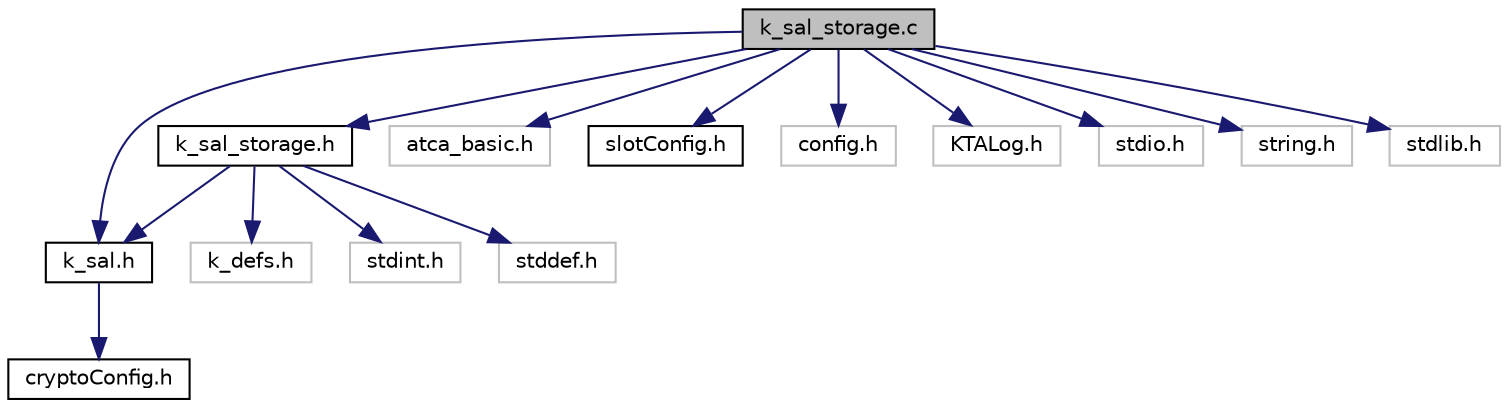
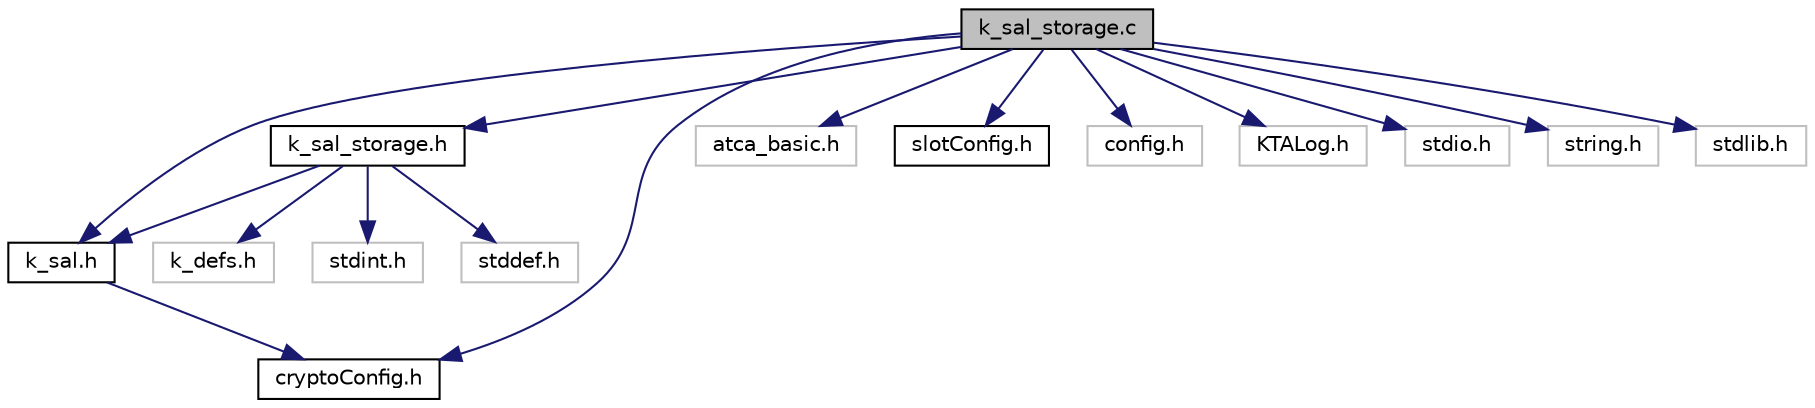
digraph "k_sal_storage.c"
{
 // LATEX_PDF_SIZE
  edge [fontname="Helvetica",fontsize="10",labelfontname="Helvetica",labelfontsize="10"];
  node [fontname="Helvetica",fontsize="10",shape=record];
  Node1 [label="k_sal_storage.c",height=0.2,width=0.4,color="black", fillcolor="grey75", style="filled", fontcolor="black",tooltip="SAL storage for Microchip."];
  Node1 -> Node2 [color="midnightblue",fontsize="10",style="solid",fontname="Helvetica"];
  Node2 [label="k_sal_storage.h",height=0.2,width=0.4,color="black", fillcolor="white", style="filled",URL="$k__sal__storage_8h.html",tooltip="Interface for storage operation."];
  Node2 -> Node3 [color="midnightblue",fontsize="10",style="solid",fontname="Helvetica"];
  Node3 [label="k_defs.h",height=0.2,width=0.4,color="grey75", fillcolor="white", style="filled",tooltip=" "];
  Node2 -> Node4 [color="midnightblue",fontsize="10",style="solid",fontname="Helvetica"];
  Node4 [label="k_sal.h",height=0.2,width=0.4,color="black", fillcolor="white", style="filled",URL="$k__sal_8h.html",tooltip="Common sal constants."];
  Node4 -> Node5 [color="midnightblue",fontsize="10",style="solid",fontname="Helvetica"];
  Node5 [label="cryptoConfig.h",height=0.2,width=0.4,color="black", fillcolor="white", style="filled",URL="$crypto_config_8h.html",tooltip="Crypto config for Microchip."];
  Node2 -> Node6 [color="midnightblue",fontsize="10",style="solid",fontname="Helvetica"];
  Node6 [label="stdint.h",height=0.2,width=0.4,color="grey75", fillcolor="white", style="filled",tooltip=" "];
  Node2 -> Node7 [color="midnightblue",fontsize="10",style="solid",fontname="Helvetica"];
  Node7 [label="stddef.h",height=0.2,width=0.4,color="grey75", fillcolor="white", style="filled",tooltip=" "];
  Node1 -> Node8 [color="midnightblue",fontsize="10",style="solid",fontname="Helvetica"];
  Node8 [label="atca_basic.h",height=0.2,width=0.4,color="grey75", fillcolor="white", style="filled",tooltip=" "];
  Node1 -> Node9 [color="midnightblue",fontsize="10",style="solid",fontname="Helvetica"];
  Node9 [label="slotConfig.h",height=0.2,width=0.4,color="black", fillcolor="white", style="filled",URL="$slot_config_8h.html",tooltip="Microchip slot configuration."];
+   Node1 -> Node5 [color="midnightblue",fontsize="10",style="solid",fontname="Helvetica"];
  Node1 -> Node10 [color="midnightblue",fontsize="10",style="solid",fontname="Helvetica"];
  Node10 [label="config.h",height=0.2,width=0.4,color="grey75", fillcolor="white", style="filled",tooltip=" "];
  Node1 -> Node11 [color="midnightblue",fontsize="10",style="solid",fontname="Helvetica"];
  Node11 [label="KTALog.h",height=0.2,width=0.4,color="grey75", fillcolor="white", style="filled",tooltip=" "];
  Node1 -> Node12 [color="midnightblue",fontsize="10",style="solid",fontname="Helvetica"];
  Node12 [label="stdio.h",height=0.2,width=0.4,color="grey75", fillcolor="white", style="filled",tooltip=" "];
  Node1 -> Node13 [color="midnightblue",fontsize="10",style="solid",fontname="Helvetica"];
  Node13 [label="string.h",height=0.2,width=0.4,color="grey75", fillcolor="white", style="filled",tooltip=" "];
  Node1 -> Node14 [color="midnightblue",fontsize="10",style="solid",fontname="Helvetica"];
  Node14 [label="stdlib.h",height=0.2,width=0.4,color="grey75", fillcolor="white", style="filled",tooltip=" "];
  Node1 -> Node4 [color="midnightblue",fontsize="10",style="solid",fontname="Helvetica"];
}
